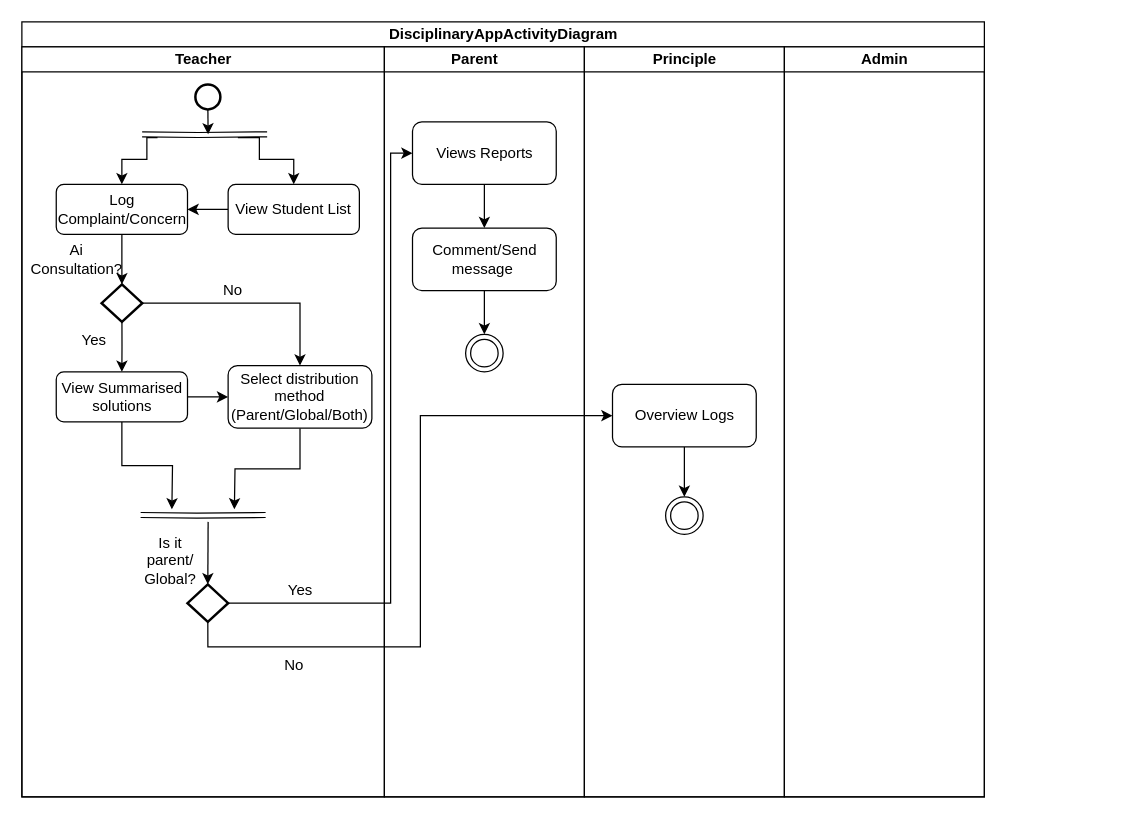
The draw.io diagram Documentation/Activity.drawio in savage-kid-lk/discipline-management-app, before the edit. Source tidied: cells renumbered, new cells numbered last; positions are measured from the earlier drawing's top-left corner, leaving out a move shared by most shapes. Both pictures are drawn from the tidied source at 125%, with x=0, y=0 at pixel (21, 21).
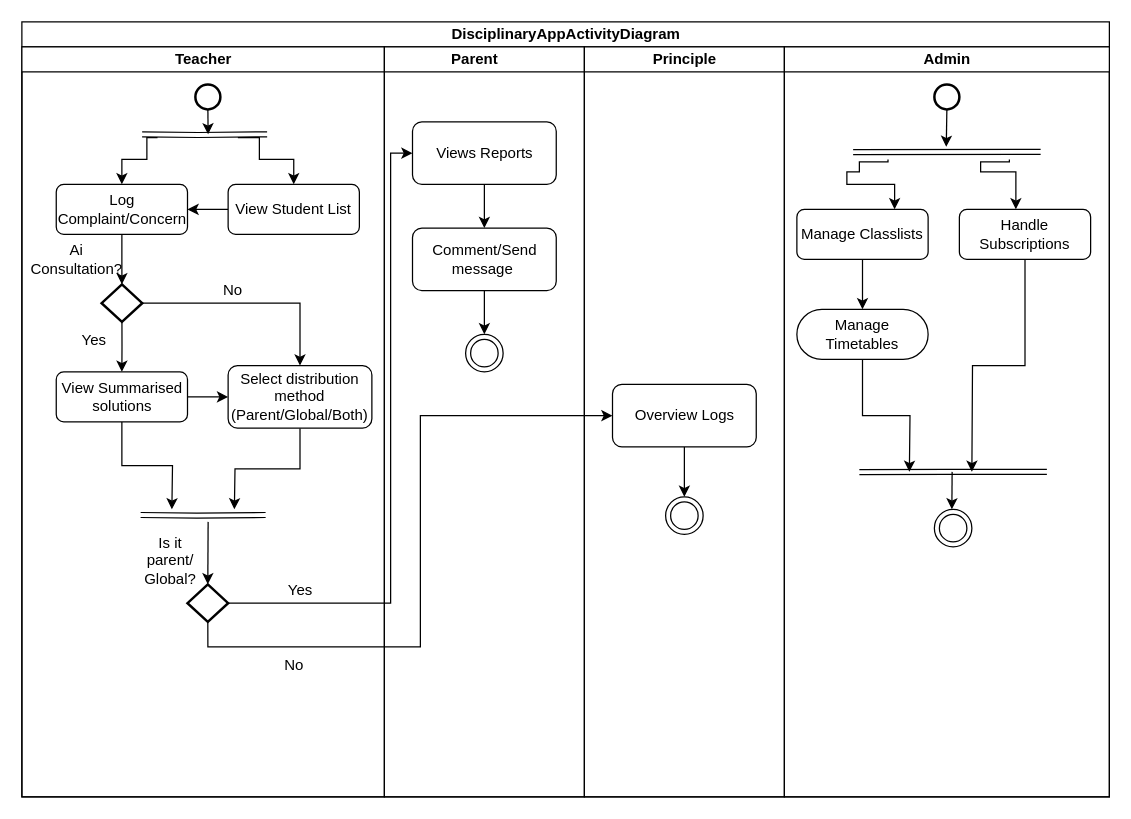
The same page after the edit.

The edit, as a diff of the source:
```diff
@@
     <mxCell id="2" value="&lt;span style=&quot;font-family: Helvetica; font-size: 12px; text-wrap-mode: wrap;&quot;&gt;DisciplinaryAppActivityDiagram&lt;/span&gt;" style="swimlane;html=1;startSize=20;rounded=0;shadow=0;labelBackgroundColor=none;strokeWidth=1;fontFamily=Verdana;fontSize=8;align=center;" parent="1" vertex="1">
-      <mxGeometry width="770" height="620" as="geometry" />
+      <mxGeometry width="870" height="620" as="geometry" />
     </mxCell>
@@
     <mxCell id="40" value="Admin" style="swimlane;html=1;startSize=20;" parent="2" vertex="1">
-      <mxGeometry x="610" y="20" width="160" height="600" as="geometry" />
+      <mxGeometry x="610" y="20" width="260" height="600" as="geometry" />
     </mxCell>
+    <mxCell id="43" style="edgeStyle=orthogonalEdgeStyle;rounded=0;jettySize=auto;html=1;exitX=0.5;exitY=1;exitDx=0;exitDy=0;exitPerimeter=0;" parent="40" edge="1" source="44">
+      <mxGeometry relative="1" as="geometry">
+        <mxPoint x="129.5" y="80" as="targetPoint" />
+      </mxGeometry>
+    </mxCell>
+    <mxCell id="44" style="strokeWidth=2;html=1;shape=mxgraph.flowchart.start_2;whiteSpace=wrap;" parent="40" vertex="1">
+      <mxGeometry x="120" y="30" width="20" height="20" as="geometry" />
+    </mxCell>
+    <mxCell id="45" style="shape=link;html=1;rounded=0;" parent="40" edge="1">
+      <mxGeometry relative="1" as="geometry">
+        <mxPoint x="55" y="84.2" as="sourcePoint" />
+        <mxPoint x="205" y="84" as="targetPoint" />
+      </mxGeometry>
+    </mxCell>
+    <mxCell id="46" style="edgeStyle=orthogonalEdgeStyle;rounded=0;jettySize=auto;html=1;exitX=0.5;exitY=1;exitDx=0;exitDy=0;entryX=0.5;entryY=0;entryDx=0;entryDy=0;" parent="40" edge="1" source="47" target="51">
+      <mxGeometry relative="1" as="geometry" />
+    </mxCell>
+    <mxCell id="47" value="Manage Classlists" style="rounded=1;whiteSpace=wrap;html=1;" parent="40" vertex="1">
+      <mxGeometry x="10" y="130" width="105" height="40" as="geometry" />
+    </mxCell>
+    <mxCell id="48" style="edgeStyle=orthogonalEdgeStyle;rounded=0;jettySize=auto;html=1;exitX=0.5;exitY=1;exitDx=0;exitDy=0;" parent="40" edge="1" source="49">
+      <mxGeometry relative="1" as="geometry">
+        <mxPoint x="150" y="340" as="targetPoint" />
+      </mxGeometry>
+    </mxCell>
+    <mxCell id="49" value="Handle Subscriptions" style="rounded=1;whiteSpace=wrap;html=1;" parent="40" vertex="1">
+      <mxGeometry x="140" y="130" width="105" height="40" as="geometry" />
+    </mxCell>
+    <mxCell id="50" style="edgeStyle=orthogonalEdgeStyle;rounded=0;jettySize=auto;html=1;exitX=0.5;exitY=1;exitDx=0;exitDy=0;" parent="40" edge="1" source="51">
+      <mxGeometry relative="1" as="geometry">
+        <mxPoint x="100" y="340" as="targetPoint" />
+      </mxGeometry>
+    </mxCell>
+    <mxCell id="51" value="Manage Timetables" style="rounded=1;whiteSpace=wrap;html=1;arcSize=50;" parent="40" vertex="1">
+      <mxGeometry x="10" y="210" width="105" height="40" as="geometry" />
+    </mxCell>
+    <mxCell id="52" style="edgeStyle=orthogonalEdgeStyle;rounded=0;orthogonalLoop=1;jettySize=auto;html=1;entryX=0.5;entryY=0;entryDx=0;entryDy=0;" parent="40" edge="1">
+      <mxGeometry relative="1" as="geometry">
+        <mxPoint x="180" y="90" as="sourcePoint" />
+        <mxPoint x="185.2" y="130" as="targetPoint" />
+        <Array as="points">
+          <mxPoint x="157" y="92" />
+          <mxPoint x="157" y="100" />
+          <mxPoint x="185" y="100" />
+        </Array>
+      </mxGeometry>
+    </mxCell>
+    <mxCell id="53" style="edgeStyle=orthogonalEdgeStyle;rounded=0;orthogonalLoop=1;jettySize=auto;html=1;entryX=0.5;entryY=0;entryDx=0;entryDy=0;" parent="40" edge="1">
+      <mxGeometry relative="1" as="geometry">
+        <mxPoint x="82.9" y="90" as="sourcePoint" />
+        <mxPoint x="88.2" y="130" as="targetPoint" />
+        <Array as="points">
+          <mxPoint x="83" y="92" />
+          <mxPoint x="60" y="92" />
+          <mxPoint x="60" y="100" />
+          <mxPoint x="50" y="100" />
+          <mxPoint x="50" y="110" />
+          <mxPoint x="88" y="110" />
+        </Array>
+      </mxGeometry>
+    </mxCell>
+    <mxCell id="54" style="ellipse;shape=doubleEllipse;whiteSpace=wrap;html=1;" parent="40" vertex="1">
+      <mxGeometry x="120" y="370" width="30" height="30" as="geometry" />
+    </mxCell>
+    <mxCell id="55" style="shape=link;html=1;rounded=0;" parent="40" edge="1">
+      <mxGeometry relative="1" as="geometry">
+        <mxPoint x="60" y="340.2" as="sourcePoint" />
+        <mxPoint x="210" y="340" as="targetPoint" />
+        <Array as="points">
+          <mxPoint x="130" y="340" />
+        </Array>
+      </mxGeometry>
+    </mxCell>
+    <mxCell id="56" style="edgeStyle=orthogonalEdgeStyle;rounded=0;orthogonalLoop=1;jettySize=auto;html=1;exitX=0.5;exitY=1;exitDx=0;exitDy=0;" parent="40" edge="1">
+      <mxGeometry relative="1" as="geometry">
+        <mxPoint x="134.2" y="340" as="sourcePoint" />
+        <mxPoint x="134" y="370" as="targetPoint" />
+      </mxGeometry>
+    </mxCell>
```
